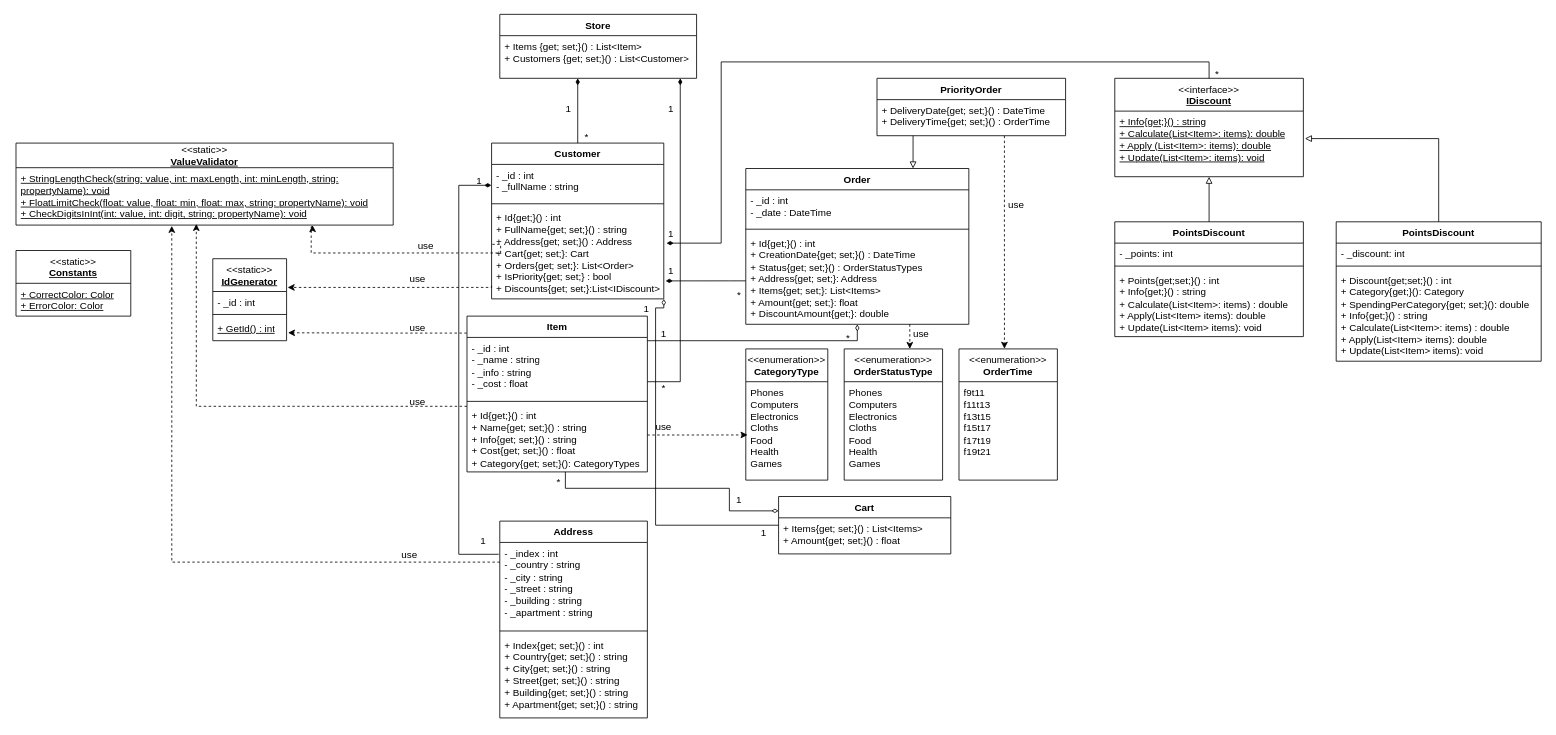
The draw.io diagram oop-winform/Diagram.drawio in antoniocra04/oop-winform, before the edit. Source tidied: cells renumbered, new cells numbered last; positions are measured from the earlier drawing's top-left corner, leaving out a move shared by most shapes. Both pictures are drawn from the tidied source at 82%, with x=0, y=0 at pixel (16, 14).
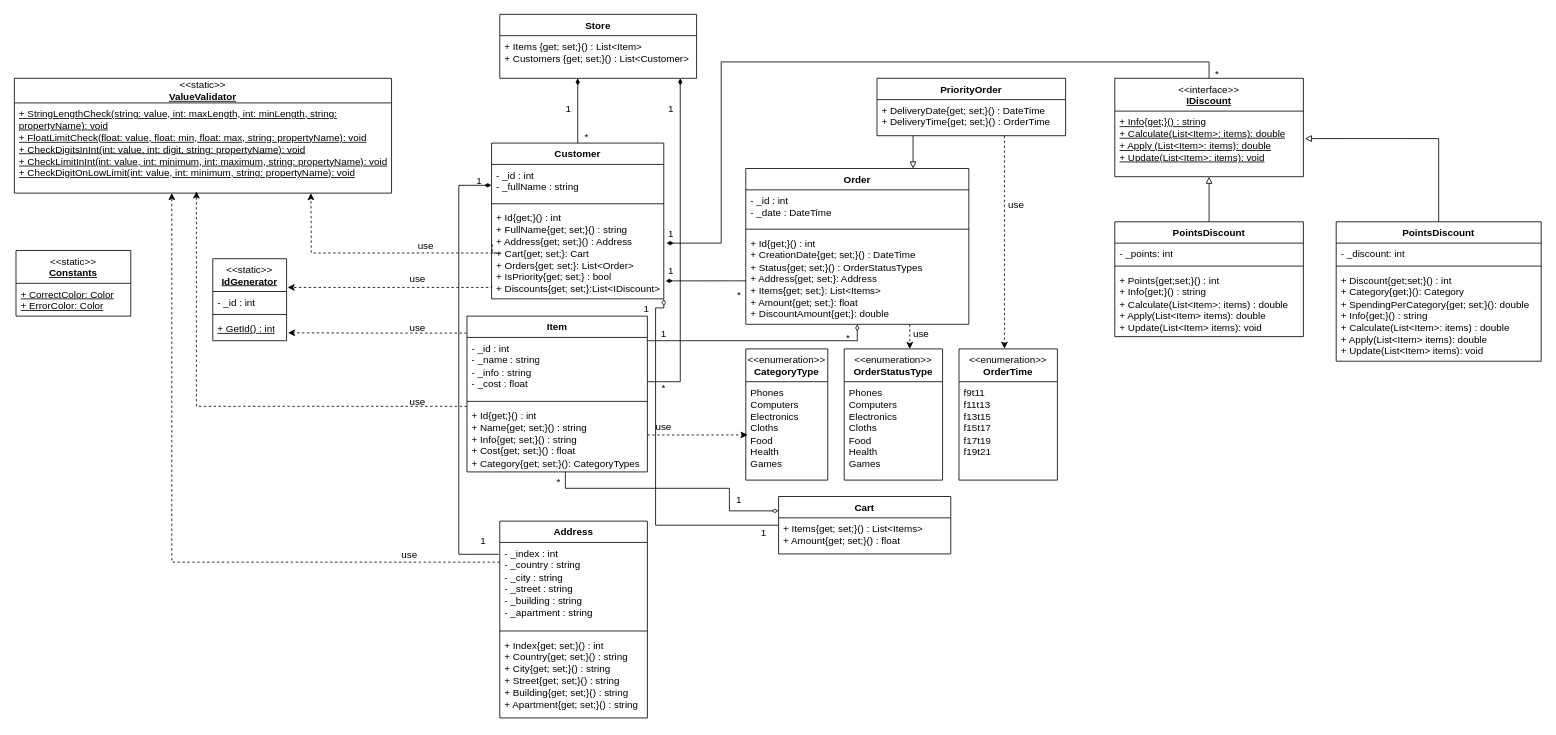
Above is the later version.

Unchanged cells that the change refers to:
```xml
<mxCell id="9" value="+ Id{get;}() : int&lt;br&gt;+ Name{get; set;}() : string&lt;br&gt;+ Info{get; set;}() : string&lt;br&gt;+ Cost{get; set;}() : float&lt;div&gt;+ Category{get; set;}(): CategoryTypes&lt;/div&gt;" style="text;strokeColor=none;fillColor=none;align=left;verticalAlign=top;spacingLeft=4;spacingRight=4;overflow=hidden;points=[[0,0.5],[1,0.5]];portConstraint=eastwest;whiteSpace=wrap;html=1;" parent="6" vertex="1">
  <mxGeometry y="108" width="220" height="82" as="geometry" />
</mxCell>
<mxCell id="24" value="- _index : int&lt;br&gt;- _country : string&lt;br&gt;- _city : string&lt;br&gt;&lt;div&gt;- _street : string&lt;br&gt;&lt;/div&gt;&lt;div&gt;- _building : string&lt;/div&gt;&lt;div&gt;- _apartment : string&lt;br&gt;&lt;/div&gt;" style="text;strokeColor=none;fillColor=none;align=left;verticalAlign=top;spacingLeft=4;spacingRight=4;overflow=hidden;points=[[0,0.5],[1,0.5]];portConstraint=eastwest;whiteSpace=wrap;html=1;" parent="23" vertex="1">
  <mxGeometry y="26" width="180" height="104" as="geometry" />
</mxCell>
```

Change to the diagram source:
```diff
@@
     <mxCell id="14" value="&amp;lt;&amp;lt;static&amp;gt;&amp;gt;&lt;br&gt;&lt;b&gt;&lt;u&gt;ValueValidator&lt;/u&gt;&lt;/b&gt;" style="swimlane;fontStyle=0;horizontal=1;startSize=30;fillColor=none;whiteSpace=wrap;html=1;" parent="1" vertex="1">
-      <mxGeometry y="157" width="460" height="100" as="geometry" />
+      <mxGeometry x="-2" y="78" width="460" height="140" as="geometry" />
     </mxCell>
-    <mxCell id="15" value="&lt;div&gt;&lt;u&gt;+ StringLengthCheck(string: value, int: maxLength, int: minLength, string: propertyName): void&lt;br&gt;&lt;/u&gt;&lt;/div&gt;&lt;div&gt;&lt;u&gt;+ FloatLimitCheck(float: value, float: min, float: max, string: propertyName): void&lt;br&gt;&lt;/u&gt;&lt;/div&gt;&lt;div&gt;&lt;u&gt;+ CheckDigitsInInt(int: value, int: digit, string: propertyName): void&lt;/u&gt;&lt;br&gt;&lt;/div&gt;" style="text;strokeColor=none;fillColor=none;align=left;verticalAlign=top;spacingLeft=4;spacingRight=4;overflow=hidden;points=[[0,0.5],[1,0.5]];portConstraint=eastwest;whiteSpace=wrap;html=1;" parent="14" vertex="1">
-      <mxGeometry y="30" width="460" height="70" as="geometry" />
+    <mxCell id="15" value="&lt;div&gt;&lt;u&gt;+ StringLengthCheck(string: value, int: maxLength, int: minLength, string: propertyName): void&lt;br&gt;&lt;/u&gt;&lt;/div&gt;&lt;div&gt;&lt;u&gt;+ FloatLimitCheck(float: value, float: min, float: max, string: propertyName): void&lt;br&gt;&lt;/u&gt;&lt;/div&gt;&lt;div&gt;&lt;u&gt;+ CheckDigitsInInt(int: value, int: digit, string: propertyName): void&lt;/u&gt;&lt;br&gt;&lt;/div&gt;&lt;div&gt;&lt;u&gt;+ CheckLimitInInt(int: value, int: minimum, int: maximum, string: propertyName): void&lt;/u&gt;&lt;/div&gt;&lt;div&gt;&lt;u&gt;+ CheckDigitOnLowLimit(int: value, int: minimum, string: propertyName): void&lt;/u&gt;&lt;/div&gt;" style="text;strokeColor=none;fillColor=none;align=left;verticalAlign=top;spacingLeft=4;spacingRight=4;overflow=hidden;points=[[0,0.5],[1,0.5]];portConstraint=eastwest;whiteSpace=wrap;html=1;" parent="14" vertex="1">
+      <mxGeometry y="30" width="460" height="110" as="geometry" />
     </mxCell>
@@
-    <mxCell id="18" style="edgeStyle=orthogonalEdgeStyle;rounded=0;jettySize=auto;html=1;dashed=1;entryX=0.478;entryY=0.98;entryDx=0;entryDy=0;entryPerimeter=0;" parent="1" edge="1" source="9" target="15">
+    <mxCell id="18" style="edgeStyle=orthogonalEdgeStyle;rounded=0;jettySize=auto;html=1;dashed=1;" parent="1" edge="1" source="9">
       <mxGeometry relative="1" as="geometry">
+        <mxPoint x="220" y="216" as="targetPoint" />
         <Array as="points">
           <mxPoint x="220" y="478" />
         </Array>
       </mxGeometry>
     </mxCell>
@@
-    <mxCell id="74" style="edgeStyle=orthogonalEdgeStyle;rounded=0;jettySize=auto;html=1;entryX=0.413;entryY=1.014;entryDx=0;entryDy=0;entryPerimeter=0;dashed=1;" parent="1" edge="1" source="24" target="15">
+    <mxCell id="74" style="edgeStyle=orthogonalEdgeStyle;rounded=0;jettySize=auto;html=1;dashed=1;" parent="1" edge="1" source="24">
       <mxGeometry relative="1" as="geometry">
+        <mxPoint x="190" y="218" as="targetPoint" />
         <Array as="points">
           <mxPoint x="190" y="668" />
         </Array>
       </mxGeometry>
     </mxCell>
```
